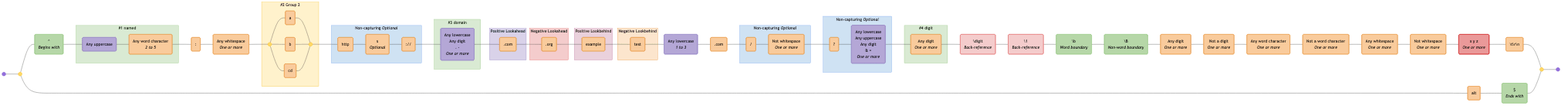
Earlier version of the Mermaid export diagrams/comprehensive.mermaid-diagram.png (tayles/regex-to-mermaid). Its source is kept beside it as diagrams/comprehensive.mermaid.
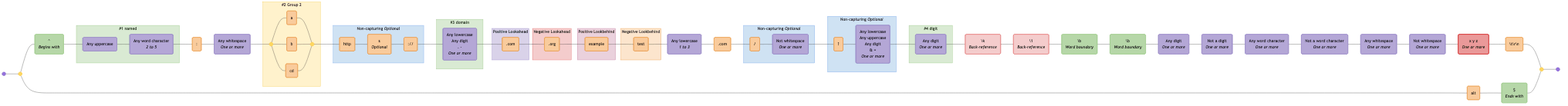
The same diagram one commit later.

The edit, as a diff of the source:
```diff
@@ -1,6 +1,6 @@
 graph LR
   accTitle: "Regex: ^(?<named>[A-Z]\\w{2,5}):\\s+(a|b|cd)(?:https?:\\/\\/)?(?<domain>[a-z0-9.-]+)(?=\\.com)(?!\\.org)(?<=example)(?<!test)[a-z]{1,3}\\.com(?:\\/\\S+)?(?:\\?[a-zA-Z0-9&=]+)?(?<digit>\\d+)\\k<digit>\\1\\b\\B\\d+\\D+\\w+\\W+\\s+\\S+[^xyz]+\\t\\r\\n|alt$"
-  accDescr: "Generated with regex-to-mermaid@1.0.4"
+  accDescr: "Generated with regex-to-mermaid@1.1.0"
 
   start@{ shape: f-circ };
   fin@{ shape: f-circ };
@@ -8,140 +8,140 @@
   disjunction_end_1:::disjunction@{ shape: f-circ };
   assertion_1("^<br><i>Begins with</i>"):::assertion;
   char_class_1("Any uppercase"):::char-class;
-  literal_1("Any word character<br><i>2 to 5</i>"):::literal;
-  literal_2(":"):::literal;
-  literal_3("Any whitespace<br><i>One or more</i>"):::literal;
+  char_class_2("Any word character<br><i>2 to 5</i>"):::char-class;
+  literal_1(":"):::literal;
+  char_class_3("Any whitespace<br><i>One or more</i>"):::char-class;
   disjunction_begin_2:::disjunction@{ shape: f-circ };
   disjunction_end_2:::disjunction@{ shape: f-circ };
-  literal_4("a"):::literal;
-  literal_5("b"):::literal;
-  literal_6("cd"):::literal;
-  literal_7("http"):::literal;
-  literal_8("s<br><i>Optional</i>"):::literal;
-  literal_9("://"):::literal;
-  char_class_2("Any lowercase<br>Any digit<br>. -<br><i>One or more</i>"):::char-class;
-  literal_10(".com"):::literal;
-  literal_11(".org"):::literal;
-  literal_12("example"):::literal;
-  literal_13("test"):::literal;
-  char_class_3("Any lowercase<br><i>1 to 3</i>"):::char-class;
-  literal_14(".com"):::literal;
-  literal_15("/"):::literal;
-  literal_16("Not whitespace<br><i>One or more</i>"):::literal;
-  literal_17("?"):::literal;
-  char_class_4("Any lowercase<br>Any uppercase<br>Any digit<br>& =<br><i>One or more</i>"):::char-class;
-  literal_18("Any digit<br><i>One or more</i>"):::literal;
-  back_reference_1("\digit<br><i>Back-reference</i>"):::back-reference;
-  back_reference_2("\1<br><i>Back-reference</i>"):::back-reference;
+  literal_2("a"):::literal;
+  literal_3("b"):::literal;
+  literal_4("cd"):::literal;
+  literal_5("http"):::literal;
+  literal_6("s<br><i>Optional</i>"):::literal;
+  literal_7(":\/\/"):::literal;
+  char_class_4("Any lowercase<br>Any digit<br>. -<br><i>One or more</i>"):::char-class;
+  literal_8("\.com"):::literal;
+  literal_9("\.org"):::literal;
+  literal_10("example"):::literal;
+  literal_11("test"):::literal;
+  char_class_5("Any lowercase<br><i>1 to 3</i>"):::char-class;
+  literal_12("\.com"):::literal;
+  literal_13("\/"):::literal;
+  char_class_6("Not whitespace<br><i>One or more</i>"):::char-class;
+  literal_14("\?"):::literal;
+  char_class_7("Any lowercase<br>Any uppercase<br>Any digit<br>& =<br><i>One or more</i>"):::char-class;
+  char_class_8("Any digit<br><i>One or more</i>"):::char-class;
+  back_reference_1("\\k<digit><br><i>Back-reference</i>"):::back-reference;
+  back_reference_2("\\1<br><i>Back-reference</i>"):::back-reference;
   assertion_2("\b<br><i>Word boundary</i>"):::assertion;
-  assertion_3("\B<br><i>Non-word boundary</i>"):::assertion;
-  literal_19("Any digit<br><i>One or more</i>"):::literal;
-  literal_20("Not a digit<br><i>One or more</i>"):::literal;
-  literal_21("Any word character<br><i>One or more</i>"):::literal;
-  literal_22("Not a word character<br><i>One or more</i>"):::literal;
-  literal_23("Any whitespace<br><i>One or more</i>"):::literal;
-  literal_24("Not whitespace<br><i>One or more</i>"):::literal;
+  assertion_3("\b<br><i>Word boundary</i>"):::assertion;
+  char_class_9("Any digit<br><i>One or more</i>"):::char-class;
+  char_class_10("Not a digit<br><i>One or more</i>"):::char-class;
+  char_class_11("Any word character<br><i>One or more</i>"):::char-class;
+  char_class_12("Not a word character<br><i>One or more</i>"):::char-class;
+  char_class_13("Any whitespace<br><i>One or more</i>"):::char-class;
+  char_class_14("Not whitespace<br><i>One or more</i>"):::char-class;
   negated_char_class_1("x y z<br><i>One or more</i>"):::negated-char-class;
-  literal_25("\t\r\n"):::literal;
-  literal_26("alt"):::literal;
+  literal_15("\t\r\n"):::literal;
+  literal_16("alt"):::literal;
   assertion_4("$<br><i>Ends with</i>"):::assertion;
 
   subgraph named_capture_1 ["#1 named"]
     char_class_1
-    literal_1
+    char_class_2
   end
 
   subgraph standard_1 ["#2 Group 2"]
     disjunction_begin_2
     disjunction_end_2
+    literal_2
+    literal_3
     literal_4
-    literal_5
-    literal_6
   end
 
   subgraph non_capturing_1 ["Non-capturing <i>Optional</i>"]
+    literal_5
+    literal_6
     literal_7
+  end
+
+  subgraph named_capture_2 ["#3 domain"]
+    char_class_4
+  end
+
+  subgraph positive_lookahead_1 ["Positive Lookahead"]
     literal_8
+  end
+
+  subgraph negative_lookahead_1 ["Negative Lookahead"]
     literal_9
   end
 
-  subgraph named_capture_2 ["#3 domain"]
-    char_class_2
-  end
-
-  subgraph positive_lookahead_1 ["Positive Lookahead"]
+  subgraph positive_lookbehind_1 ["Positive Lookbehind"]
     literal_10
   end
 
-  subgraph negative_lookahead_1 ["Negative Lookahead"]
+  subgraph negative_lookbehind_1 ["Negative Lookbehind"]
     literal_11
   end
 
-  subgraph positive_lookbehind_1 ["Positive Lookbehind"]
-    literal_12
-  end
-
-  subgraph negative_lookbehind_1 ["Negative Lookbehind"]
+  subgraph non_capturing_2 ["Non-capturing <i>Optional</i>"]
     literal_13
-  end
-
-  subgraph non_capturing_2 ["Non-capturing <i>Optional</i>"]
-    literal_15
-    literal_16
+    char_class_6
   end
 
   subgraph non_capturing_3 ["Non-capturing <i>Optional</i>"]
-    literal_17
-    char_class_4
+    literal_14
+    char_class_7
   end
 
   subgraph named_capture_3 ["#4 digit"]
-    literal_18
+    char_class_8
   end
 
   start --- disjunction_begin_1;
   disjunction_begin_1 --- assertion_1;
   assertion_1 --- char_class_1;
-  char_class_1 --- literal_1;
-  literal_1 --- literal_2;
-  literal_2 --- literal_3;
-  literal_3 --- disjunction_begin_2;
+  char_class_1 --- char_class_2;
+  char_class_2 --- literal_1;
+  literal_1 --- char_class_3;
+  char_class_3 --- disjunction_begin_2;
+  disjunction_begin_2 --- literal_2;
+  literal_2 --- disjunction_end_2;
+  disjunction_begin_2 --- literal_3;
+  literal_3 --- disjunction_end_2;
   disjunction_begin_2 --- literal_4;
   literal_4 --- disjunction_end_2;
-  disjunction_begin_2 --- literal_5;
-  literal_5 --- disjunction_end_2;
-  disjunction_begin_2 --- literal_6;
-  literal_6 --- disjunction_end_2;
-  disjunction_end_2 --- literal_7;
-  literal_7 --- literal_8;
+  disjunction_end_2 --- literal_5;
+  literal_5 --- literal_6;
+  literal_6 --- literal_7;
+  literal_7 --- char_class_4;
+  char_class_4 --- literal_8;
   literal_8 --- literal_9;
-  literal_9 --- char_class_2;
-  char_class_2 --- literal_10;
+  literal_9 --- literal_10;
   literal_10 --- literal_11;
-  literal_11 --- literal_12;
+  literal_11 --- char_class_5;
+  char_class_5 --- literal_12;
   literal_12 --- literal_13;
-  literal_13 --- char_class_3;
-  char_class_3 --- literal_14;
-  literal_14 --- literal_15;
-  literal_15 --- literal_16;
-  literal_16 --- literal_17;
-  literal_17 --- char_class_4;
-  char_class_4 --- literal_18;
-  literal_18 --- back_reference_1;
+  literal_13 --- char_class_6;
+  char_class_6 --- literal_14;
+  literal_14 --- char_class_7;
+  char_class_7 --- char_class_8;
+  char_class_8 --- back_reference_1;
   back_reference_1 --- back_reference_2;
   back_reference_2 --- assertion_2;
   assertion_2 --- assertion_3;
-  assertion_3 --- literal_19;
-  literal_19 --- literal_20;
-  literal_20 --- literal_21;
-  literal_21 --- literal_22;
-  literal_22 --- literal_23;
-  literal_23 --- literal_24;
-  literal_24 --- negated_char_class_1;
-  negated_char_class_1 --- literal_25;
-  literal_25 --- disjunction_end_1;
-  disjunction_begin_1 --- literal_26;
-  literal_26 --- assertion_4;
+  assertion_3 --- char_class_9;
+  char_class_9 --- char_class_10;
+  char_class_10 --- char_class_11;
+  char_class_11 --- char_class_12;
+  char_class_12 --- char_class_13;
+  char_class_13 --- char_class_14;
+  char_class_14 --- negated_char_class_1;
+  negated_char_class_1 --- literal_15;
+  literal_15 --- disjunction_end_1;
+  disjunction_begin_1 --- literal_16;
+  literal_16 --- assertion_4;
   assertion_4 --- disjunction_end_1;
   disjunction_end_1 --- fin;
 
```
